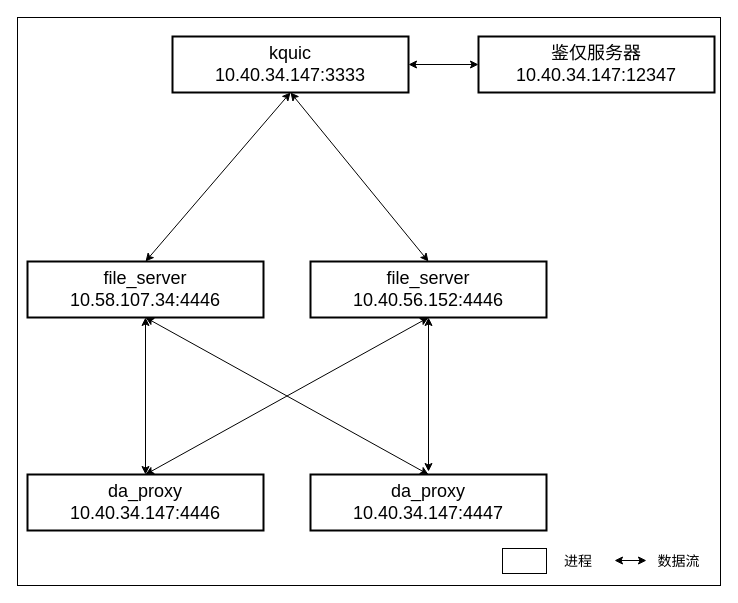
Earlier version of the draw.io diagram page "第 3 页" (3 of 3) of Untitled Diagram.drawio (misiyu/drawio). Source tidied: cells renumbered, new cells numbered last; positions are measured from the earlier drawing's top-left corner, leaving out a move shared by most shapes. Both pictures are drawn from the tidied source at 100%, with x=0, y=0 at pixel (17, 17).
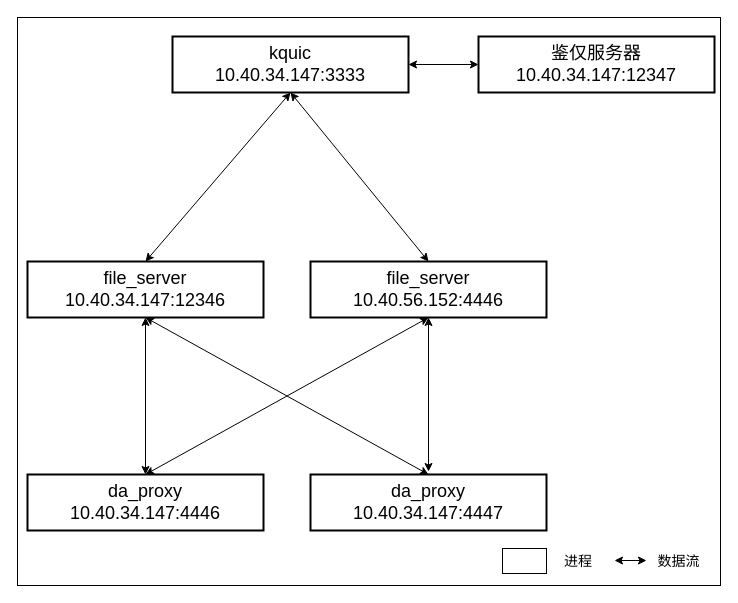
After the change.

The edit, as a diff of the source:
```diff
@@
-    <mxCell id="9" value="&lt;font&gt;&lt;span style=&quot;font-size: 18px&quot;&gt;file_server&lt;/span&gt;&lt;br&gt;&lt;span style=&quot;font-size: 18px&quot;&gt;10.58.107.34:4446&lt;/span&gt;&lt;br&gt;&lt;/font&gt;" style="rounded=0;whiteSpace=wrap;html=1;strokeWidth=2;" parent="1" vertex="1">
+    <mxCell id="9" value="&lt;font&gt;&lt;span style=&quot;font-size: 18px&quot;&gt;file_server&lt;/span&gt;&lt;br&gt;&lt;span style=&quot;font-size: 18px&quot;&gt;10.40.34.147:12346&lt;/span&gt;&lt;br&gt;&lt;/font&gt;" style="rounded=0;whiteSpace=wrap;html=1;strokeWidth=2;" parent="1" vertex="1">
       <mxGeometry x="10" y="244" width="236" height="56" as="geometry" />
     </mxCell>
```
